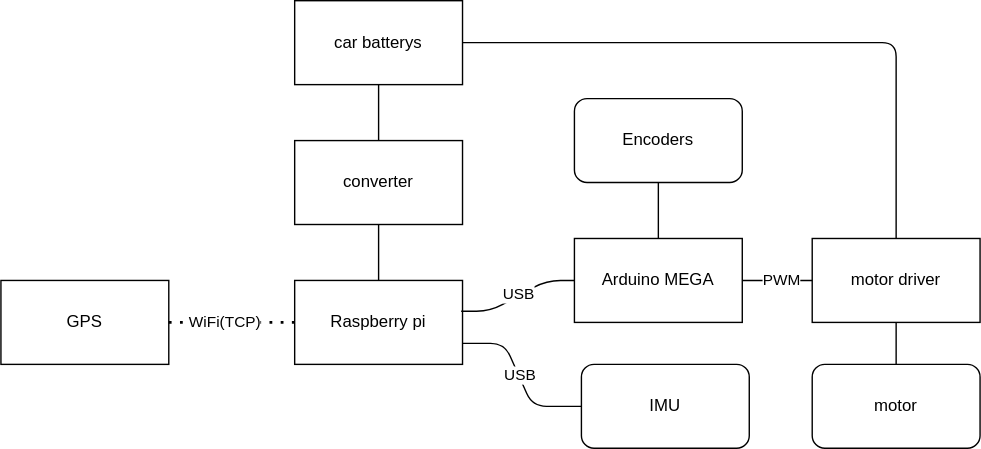
Earlier version of the draw.io export weeding_robot_description/pictures/hardware.svg (hank880907/weeding-robot). Source tidied: cells renumbered, new cells last; positions are measured from the earlier drawing's top-left corner, leaving out a move shared by most shapes.
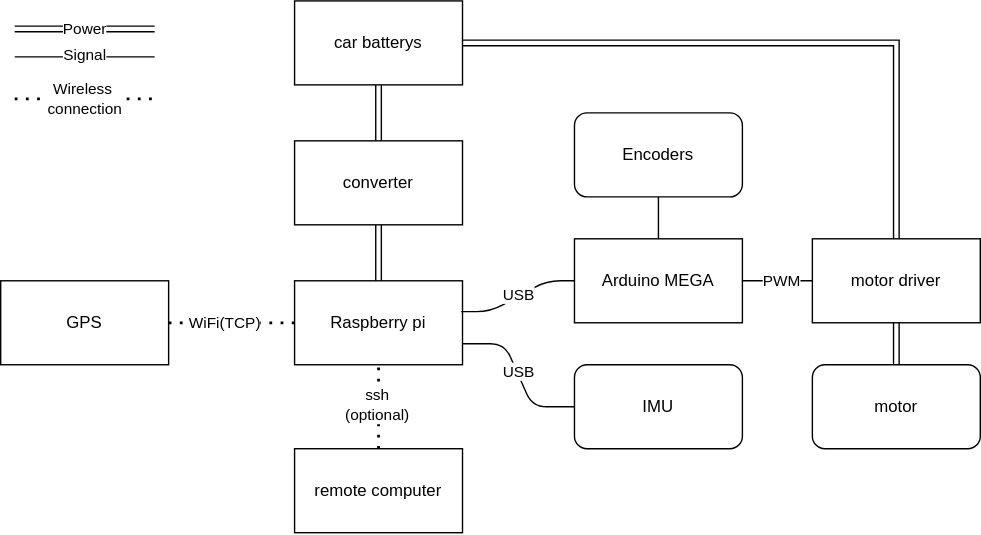
The same file after the commit.

Diff of the diagram source:
```diff
@@ -22,7 +22,7 @@
       <mxGeometry x="410" y="170" width="120" height="60" as="geometry" />
     </mxCell>
     <mxCell id="6" value="Encoders" style="rounded=1;whiteSpace=wrap;html=1;" parent="1" vertex="1">
-      <mxGeometry x="410" y="70" width="120" height="60" as="geometry" />
+      <mxGeometry x="410" y="80" width="120" height="60" as="geometry" />
     </mxCell>
     <mxCell id="7" style="endArrow=none;html=1;entryX=0.5;entryY=1;entryDx=0;entryDy=0;exitX=0.5;exitY=0;exitDx=0;exitDy=0;" parent="1" edge="1" source="5" target="6">
       <mxGeometry relative="1" as="geometry" />
@@ -30,6 +30,9 @@
     <mxCell id="8" value="motor" style="rounded=1;whiteSpace=wrap;html=1;" parent="1" vertex="1">
       <mxGeometry x="580" y="260" width="120" height="60" as="geometry" />
     </mxCell>
+    <mxCell id="12" style="edgeStyle=orthogonalEdgeStyle;shape=link;curved=1;rounded=0;jettySize=auto;html=1;" parent="1" edge="1" source="9" target="8">
+      <mxGeometry relative="1" as="geometry" />
+    </mxCell>
     <mxCell id="9" value="motor driver" style="rounded=0;whiteSpace=wrap;html=1;" parent="1" vertex="1">
       <mxGeometry x="580" y="170" width="120" height="60" as="geometry" />
     </mxCell>
@@ -39,9 +42,6 @@
     <mxCell id="11" value="PWM" style="edgeLabel;html=1;align=center;verticalAlign=middle;" parent="10" vertex="1">
       <mxGeometry x="0.11" relative="1" as="geometry" />
     </mxCell>
-    <mxCell id="12" style="endArrow=none;html=1;entryX=0.5;entryY=0;entryDx=0;entryDy=0;exitX=0.5;exitY=1;exitDx=0;exitDy=0;" parent="1" edge="1" source="9" target="8">
-      <mxGeometry relative="1" as="geometry" />
-    </mxCell>
     <mxCell id="13" style="endArrow=none;html=1;exitX=1;exitY=0.75;exitDx=0;exitDy=0;entryX=0;entryY=0.5;entryDx=0;entryDy=0;" parent="1" edge="1" source="2" target="15">
       <mxGeometry relative="1" as="geometry">
         <Array as="points">
@@ -56,17 +56,14 @@
       </mxGeometry>
     </mxCell>
     <mxCell id="15" value="IMU" style="rounded=1;whiteSpace=wrap;html=1;" parent="1" vertex="1">
-      <mxGeometry x="415" y="260" width="120" height="60" as="geometry" />
+      <mxGeometry x="410" y="260" width="120" height="60" as="geometry" />
     </mxCell>
+    <mxCell id="18" style="edgeStyle=orthogonalEdgeStyle;shape=link;curved=1;rounded=0;jettySize=auto;html=1;" parent="1" edge="1" source="16" target="2">
+      <mxGeometry relative="1" as="geometry" />
+    </mxCell>
     <mxCell id="16" value="converter" style="rounded=0;whiteSpace=wrap;html=1;" parent="1" vertex="1">
       <mxGeometry x="210" y="100" width="120" height="60" as="geometry" />
     </mxCell>
-    <mxCell id="17" style="endArrow=none;html=1;entryX=0.5;entryY=1;entryDx=0;entryDy=0;" parent="1" edge="1" source="16" target="22">
-      <mxGeometry relative="1" as="geometry" />
-    </mxCell>
-    <mxCell id="18" style="endArrow=none;html=1;exitX=0.5;exitY=1;exitDx=0;exitDy=0;entryX=0.5;entryY=0;entryDx=0;entryDy=0;" parent="1" edge="1" source="16" target="2">
-      <mxGeometry relative="1" as="geometry" />
-    </mxCell>
     <mxCell id="19" value="GPS" style="rounded=0;whiteSpace=wrap;html=1;" parent="1" vertex="1">
       <mxGeometry y="200" width="120" height="60" as="geometry" />
     </mxCell>
@@ -78,15 +75,56 @@
         <mxPoint x="-5.8" y="2" as="offset" />
       </mxGeometry>
     </mxCell>
+    <mxCell id="24" style="edgeStyle=orthogonalEdgeStyle;shape=link;curved=1;rounded=0;jettySize=auto;html=1;" parent="1" edge="1" source="22" target="16">
+      <mxGeometry relative="1" as="geometry" />
+    </mxCell>
+    <mxCell id="23" style="edgeStyle=orthogonalEdgeStyle;shape=link;curved=1;rounded=0;jettySize=auto;html=1;entryX=0.5;entryY=0;entryDx=0;entryDy=0;" parent="1" edge="1" source="22" target="9">
+      <mxGeometry relative="1" as="geometry" />
+    </mxCell>
     <mxCell id="22" value="car batterys" style="rounded=0;whiteSpace=wrap;html=1;" parent="1" vertex="1">
       <mxGeometry x="210" width="120" height="60" as="geometry" />
     </mxCell>
-    <mxCell id="23" style="endArrow=none;html=1;exitX=1;exitY=0.5;exitDx=0;exitDy=0;entryX=0.5;entryY=0;entryDx=0;entryDy=0;" parent="1" edge="1" source="22" target="9">
-      <mxGeometry relative="1" as="geometry">
-        <Array as="points">
-          <mxPoint x="640" y="30" />
-        </Array>
-      </mxGeometry>
-    </mxCell>
+    <mxCell id="25" style="shape=link;html=1;" parent="1" edge="1">
+      <mxGeometry relative="1" as="geometry">
+        <mxPoint x="10" y="20" as="sourcePoint" />
+        <mxPoint x="110" y="20" as="targetPoint" />
+      </mxGeometry>
+    </mxCell>
+    <mxCell id="26" value="Power" style="edgeLabel;html=1;align=center;verticalAlign=middle;" parent="25" vertex="1">
+      <mxGeometry x="-0.33" relative="1" as="geometry">
+        <mxPoint x="16.7" as="offset" />
+      </mxGeometry>
+    </mxCell>
+    <mxCell id="27" style="endArrow=none;html=1;" parent="1" edge="1">
+      <mxGeometry relative="1" as="geometry">
+        <mxPoint x="10" y="40" as="sourcePoint" />
+        <mxPoint x="110" y="40" as="targetPoint" />
+      </mxGeometry>
+    </mxCell>
+    <mxCell id="28" value="Signal" style="edgeLabel;html=1;align=center;verticalAlign=middle;" parent="27" vertex="1">
+      <mxGeometry x="-0.4" y="1" relative="1" as="geometry">
+        <mxPoint x="20" as="offset" />
+      </mxGeometry>
+    </mxCell>
+    <mxCell id="29" style="endArrow=none;dashed=1;html=1;dashPattern=1 3;strokeWidth=2;" parent="1" edge="1">
+      <mxGeometry relative="1" as="geometry">
+        <mxPoint x="10" y="70" as="sourcePoint" />
+        <mxPoint x="110" y="70" as="targetPoint" />
+      </mxGeometry>
+    </mxCell>
+    <mxCell id="30" value="Wireless&amp;nbsp;&lt;br&gt;connection" style="edgeLabel;html=1;align=center;verticalAlign=middle;" parent="29" vertex="1">
+      <mxGeometry x="0.37" y="1" relative="1" as="geometry">
+        <mxPoint x="-18.3" y="1" as="offset" />
+      </mxGeometry>
+    </mxCell>
+    <mxCell id="31" style="endArrow=none;dashed=1;html=1;dashPattern=1 3;strokeWidth=2;entryX=0.5;entryY=1;entryDx=0;entryDy=0;exitX=0.5;exitY=0;exitDx=0;exitDy=0;" parent="1" edge="1" source="33" target="2">
+      <mxGeometry relative="1" as="geometry" />
+    </mxCell>
+    <mxCell id="32" value="ssh&lt;br&gt;(optional)" style="edgeLabel;html=1;align=center;verticalAlign=middle;" parent="31" vertex="1">
+      <mxGeometry x="0.05" y="1" relative="1" as="geometry" />
+    </mxCell>
+    <mxCell id="33" value="remote computer" style="rounded=0;whiteSpace=wrap;html=1;" parent="1" vertex="1">
+      <mxGeometry x="210" y="320" width="120" height="60" as="geometry" />
+    </mxCell>
   </root>
 </mxGraphModel>
```
